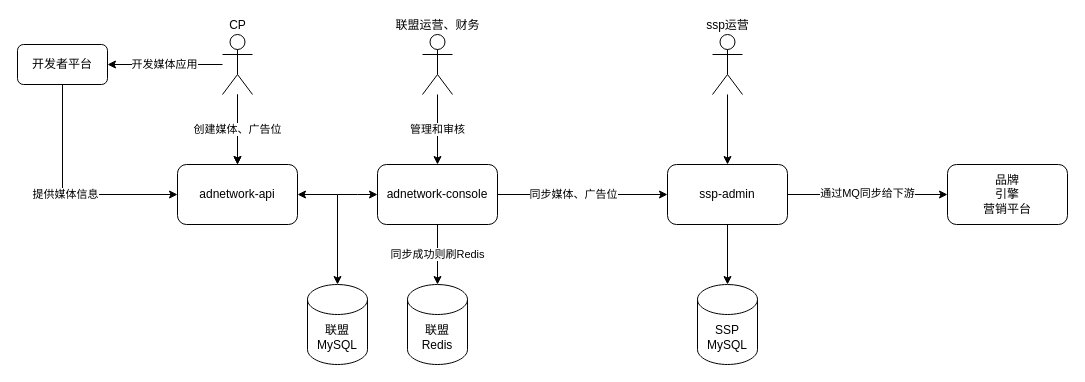
This is 资源位创建.drawio from hugobbtt/diagrams, a draw.io file, before an edit. Source tidied: cells renumbered, new cells numbered last; positions are measured from the earlier drawing's top-left corner, leaving out a move shared by most shapes. Both pictures are drawn from the tidied source at 100%, with x=0, y=0 at pixel (17, 34).
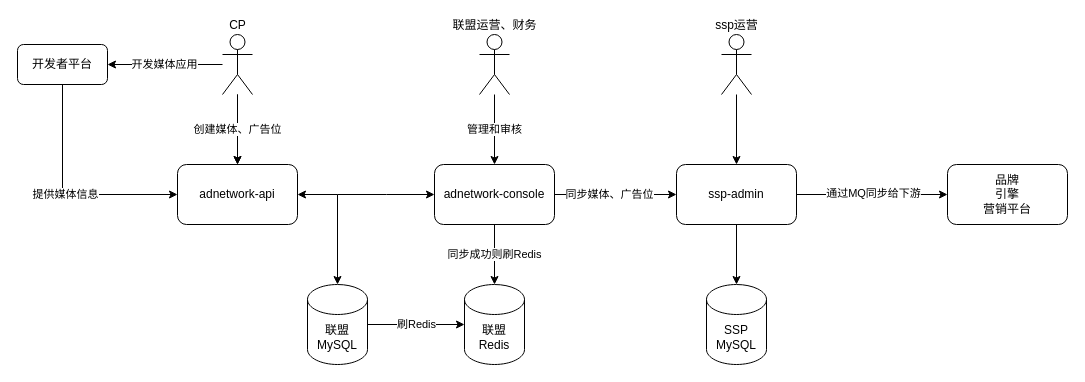
The same diagram, later.

Commit message:
更新资源位创建.drawio

The change refers to these unchanged cells:
```xml
<mxCell id="10" value="联盟MySQL" style="shape=cylinder3;whiteSpace=wrap;html=1;boundedLbl=1;backgroundOutline=1;size=15;" parent="1" vertex="1">
  <mxGeometry x="290" y="250" width="60" height="80" as="geometry" />
</mxCell>
```

The edit, as a diff of the source:
```diff
@@
+    <mxCell id="27" value="刷Redis" style="edgeStyle=orthogonalEdgeStyle;rounded=0;jettySize=auto;html=1;entryX=0;entryY=0.5;entryDx=0;entryDy=0;entryPerimeter=0;startArrow=none;startFill=0;endArrow=classic;endFill=1;" parent="1" edge="1" source="10" target="24">
+      <mxGeometry relative="1" as="geometry" />
+    </mxCell>
@@
     <mxCell id="15" value="adnetwork-console" style="rounded=1;whiteSpace=wrap;html=1;" parent="1" vertex="1">
-      <mxGeometry x="360" y="130" width="120" height="60" as="geometry" />
+      <mxGeometry x="417" y="130" width="120" height="60" as="geometry" />
     </mxCell>
@@
     <mxCell id="17" value="联盟运营、财务" style="shape=umlActor;verticalLabelPosition=top;verticalAlign=bottom;html=1;outlineConnect=0;labelPosition=center;align=center;" parent="1" vertex="1">
-      <mxGeometry x="405" width="30" height="60" as="geometry" />
+      <mxGeometry x="462" width="30" height="60" as="geometry" />
     </mxCell>
@@
     <mxCell id="21" value="ssp-admin" style="rounded=1;whiteSpace=wrap;html=1;" parent="1" vertex="1">
-      <mxGeometry x="650" y="130" width="120" height="60" as="geometry" />
+      <mxGeometry x="659" y="130" width="120" height="60" as="geometry" />
     </mxCell>
@@
     <mxCell id="23" value="ssp运营" style="shape=umlActor;verticalLabelPosition=top;verticalAlign=bottom;html=1;outlineConnect=0;labelPosition=center;align=center;" parent="1" vertex="1">
-      <mxGeometry x="695" width="30" height="60" as="geometry" />
+      <mxGeometry x="704" width="30" height="60" as="geometry" />
     </mxCell>
     <mxCell id="24" value="联盟&lt;br&gt;Redis" style="shape=cylinder3;whiteSpace=wrap;html=1;boundedLbl=1;backgroundOutline=1;size=15;" parent="1" vertex="1">
-      <mxGeometry x="390" y="250" width="60" height="80" as="geometry" />
+      <mxGeometry x="447" y="250" width="60" height="80" as="geometry" />
     </mxCell>
@@
     <mxCell id="26" value="SSP&lt;br&gt;MySQL" style="shape=cylinder3;whiteSpace=wrap;html=1;boundedLbl=1;backgroundOutline=1;size=15;" parent="1" vertex="1">
-      <mxGeometry x="680" y="250" width="60" height="80" as="geometry" />
+      <mxGeometry x="689" y="250" width="60" height="80" as="geometry" />
     </mxCell>
```
